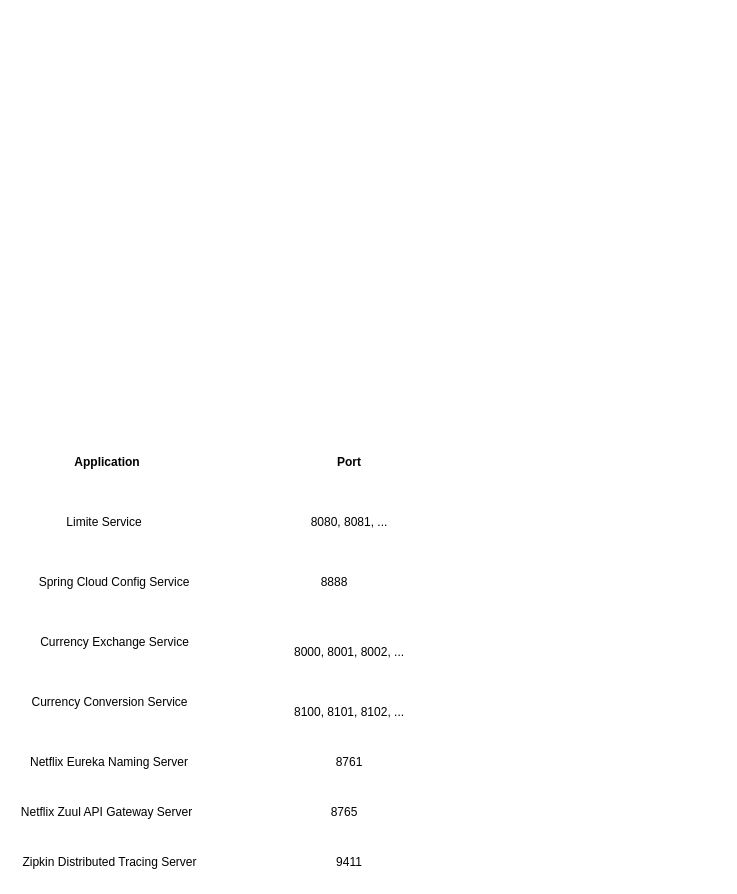
The draw.io diagram page "Página-2" (2 of 2) of microservices.drawio in fidelisfelipe/microservices, before the edit. Source tidied: cells renumbered, new cells numbered last; positions are measured from the earlier drawing's top-left corner, leaving out a move shared by most shapes. Both pictures are drawn from the tidied source at 100%, with x=0, y=0 at pixel (17, 447).
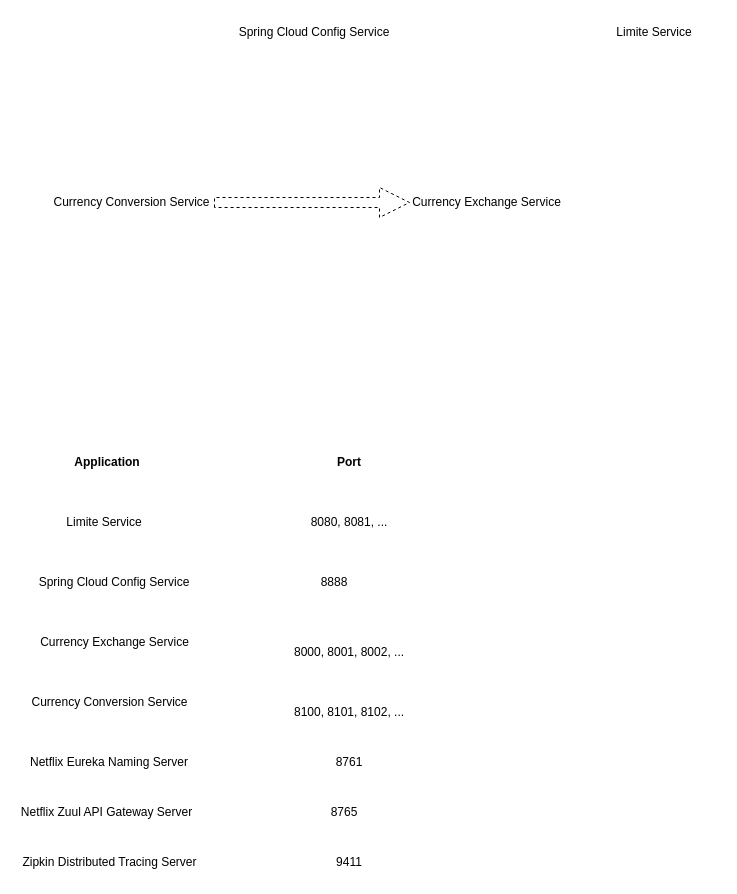
The same page after the edit.

Diff of the diagram source:
```diff
@@
+    <mxCell id="18" value="Limite Service" style="text;html=1;strokeColor=none;fillColor=none;align=center;verticalAlign=middle;whiteSpace=wrap;rounded=0;" parent="1" vertex="1">
+      <mxGeometry x="572" y="-430" width="130" height="30" as="geometry" />
+    </mxCell>
+    <mxCell id="19" value="Spring Cloud Config Service" style="text;html=1;strokeColor=none;fillColor=none;align=center;verticalAlign=middle;whiteSpace=wrap;rounded=0;" parent="1" vertex="1">
+      <mxGeometry x="212" y="-430" width="170" height="30" as="geometry" />
+    </mxCell>
+    <mxCell id="20" value="Currency Exchange Service" style="text;html=1;strokeColor=none;fillColor=none;align=center;verticalAlign=middle;whiteSpace=wrap;rounded=0;" parent="1" vertex="1">
+      <mxGeometry x="392" y="-260" width="155" height="30" as="geometry" />
+    </mxCell>
+    <mxCell id="21" style="edgeStyle=orthogonalEdgeStyle;shape=arrow;rounded=0;jettySize=auto;html=1;entryX=0;entryY=0.5;entryDx=0;entryDy=0;dashed=1;" parent="1" edge="1" source="22" target="20">
+      <mxGeometry relative="1" as="geometry" />
+    </mxCell>
+    <mxCell id="22" value="Currency Conversion Service" style="text;html=1;strokeColor=none;fillColor=none;align=center;verticalAlign=middle;whiteSpace=wrap;rounded=0;" parent="1" vertex="1">
+      <mxGeometry x="32" y="-260" width="165" height="30" as="geometry" />
+    </mxCell>
```
